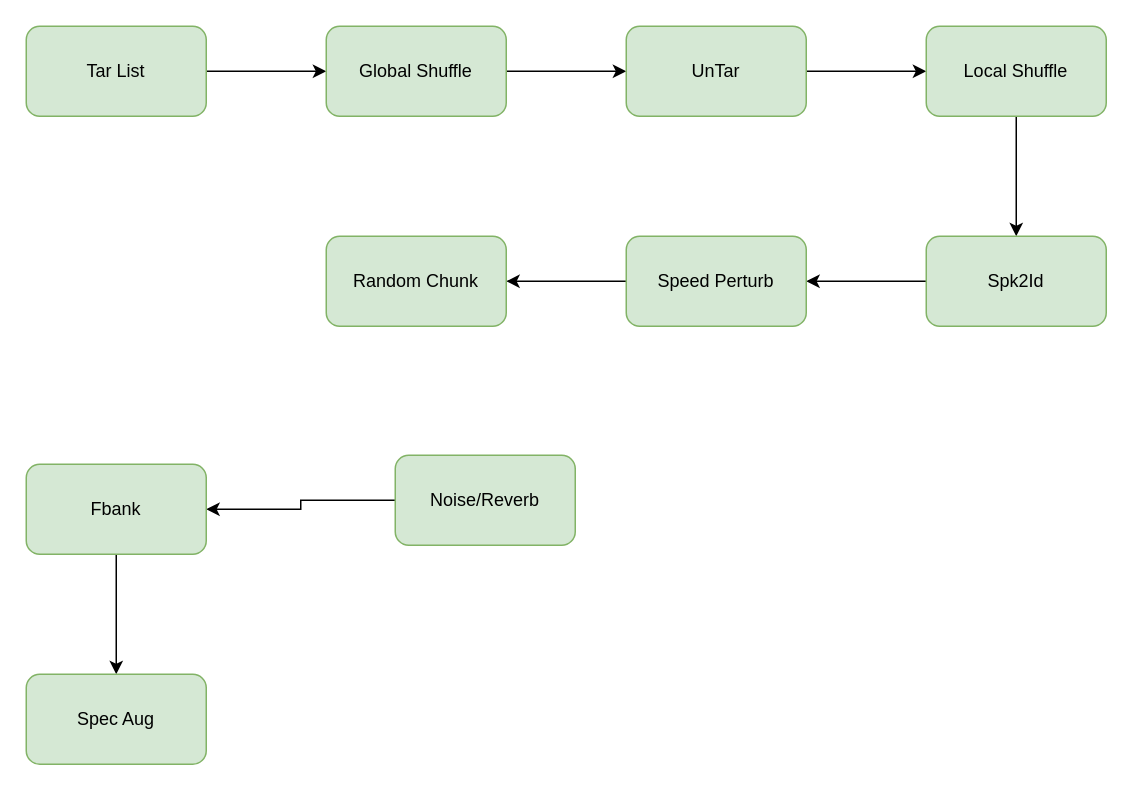
robin1001/draw.io keeps this draw.io diagram as wespeaker_io.drawio. Above is the earlier version. Source tidied: cells renumbered, new cells numbered last; positions are measured from the earlier drawing's top-left corner, leaving out a move shared by most shapes. Both pictures are drawn from the tidied source at 150%, with x=0, y=0 at pixel (26, 26).
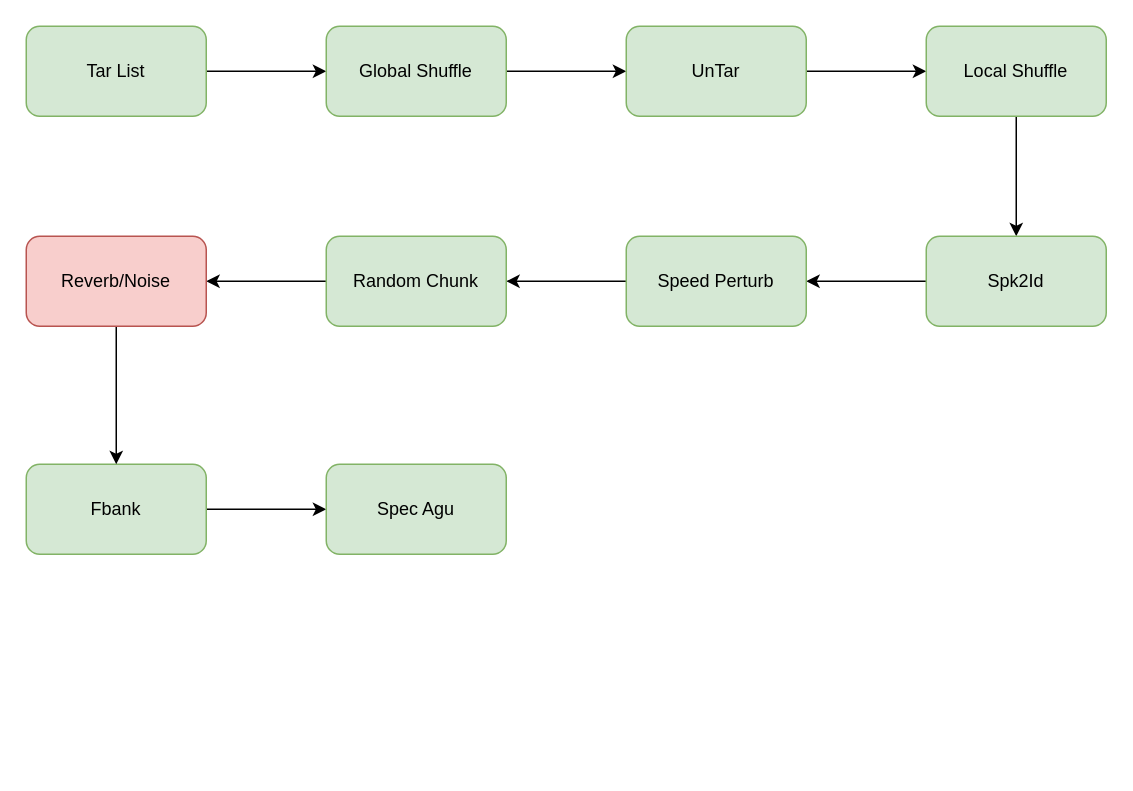
The same page after the edit.

Unchanged cells that the change refers to:
```xml
<mxCell id="13" value="Fbank" style="whiteSpace=wrap;html=1;fillColor=#d5e8d4;strokeColor=#82b366;rounded=1;" parent="1" vertex="1">
  <mxGeometry y="292" width="120" height="60" as="geometry" />
</mxCell>
<mxCell id="19" value="Random Chunk" style="whiteSpace=wrap;html=1;fillColor=#d5e8d4;strokeColor=#82b366;rounded=1;" parent="1" vertex="1">
  <mxGeometry x="200" y="140" width="120" height="60" as="geometry" />
</mxCell>
```

Diff of the diagram source:
```diff
@@
-    <mxCell id="10" style="edgeStyle=orthogonalEdgeStyle;rounded=0;jettySize=auto;html=1;" parent="1" edge="1" source="11" target="13">
-      <mxGeometry relative="1" as="geometry" />
-    </mxCell>
-    <mxCell id="11" value="Noise/Reverb" style="whiteSpace=wrap;html=1;fillColor=#d5e8d4;strokeColor=#82b366;rounded=1;" parent="1" vertex="1">
-      <mxGeometry x="246" y="286" width="120" height="60" as="geometry" />
-    </mxCell>
-    <mxCell id="12" style="edgeStyle=orthogonalEdgeStyle;rounded=0;jettySize=auto;html=1;" parent="1" edge="1" source="13" target="14">
-      <mxGeometry relative="1" as="geometry" />
-    </mxCell>
+    <mxCell id="20" style="edgeStyle=orthogonalEdgeStyle;rounded=0;jettySize=auto;html=1;" parent="1" edge="1" source="13" target="24">
+      <mxGeometry relative="1" as="geometry" />
+    </mxCell>
@@
-    <mxCell id="14" value="Spec Aug" style="whiteSpace=wrap;html=1;fillColor=#d5e8d4;strokeColor=#82b366;rounded=1;" parent="1" vertex="1">
-      <mxGeometry y="432" width="120" height="60" as="geometry" />
-    </mxCell>
@@
+    <mxCell id="21" style="edgeStyle=orthogonalEdgeStyle;rounded=0;jettySize=auto;html=1;" parent="1" edge="1" source="19" target="23">
+      <mxGeometry relative="1" as="geometry" />
+    </mxCell>
@@
+    <mxCell id="22" style="edgeStyle=orthogonalEdgeStyle;rounded=0;jettySize=auto;html=1;" parent="1" edge="1" source="23" target="13">
+      <mxGeometry relative="1" as="geometry" />
+    </mxCell>
+    <mxCell id="23" value="Reverb/Noise" style="whiteSpace=wrap;html=1;fillColor=#f8cecc;strokeColor=#b85450;rounded=1;" parent="1" vertex="1">
+      <mxGeometry y="140" width="120" height="60" as="geometry" />
+    </mxCell>
+    <mxCell id="24" value="Spec Agu" style="whiteSpace=wrap;html=1;fillColor=#d5e8d4;strokeColor=#82b366;rounded=1;" parent="1" vertex="1">
+      <mxGeometry x="200" y="292" width="120" height="60" as="geometry" />
+    </mxCell>
```
